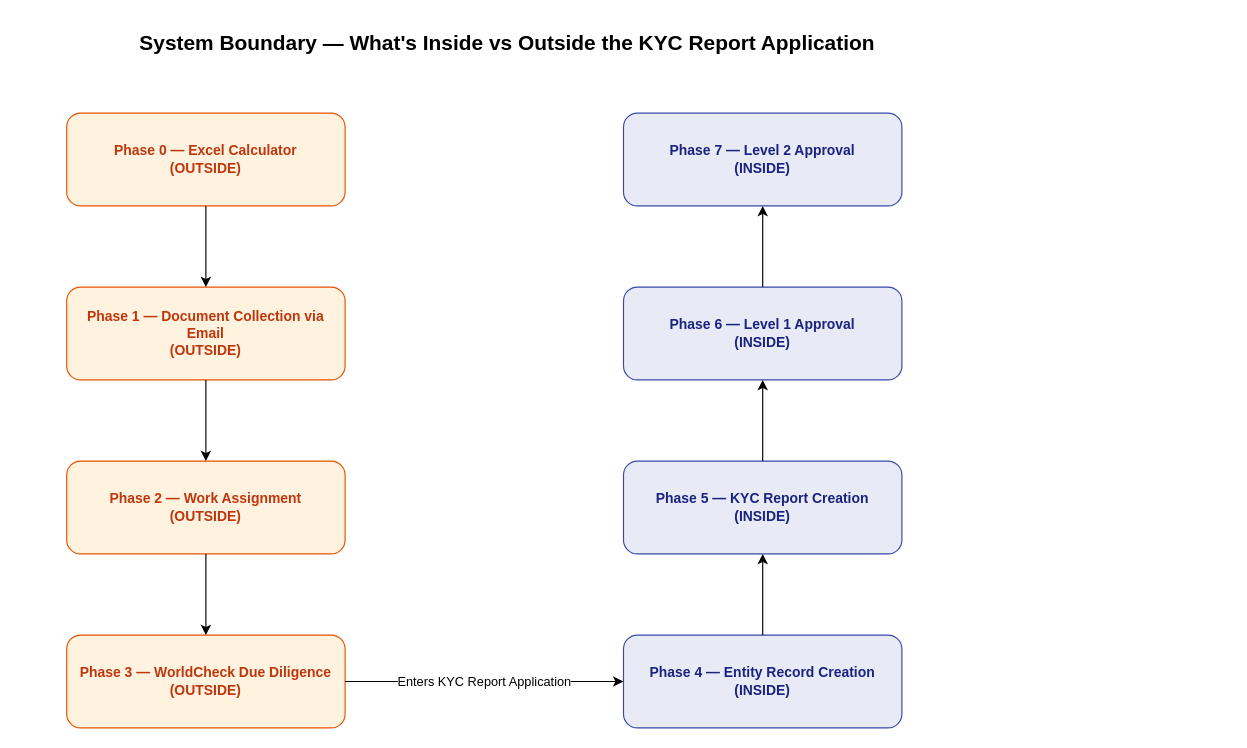
This is page "System Boundary" (1 of 8) of docs/diagrams/drawio/asis-process.drawio from mazharr-hussain/KycReport, a draw.io file, before an edit. Source tidied: cells renumbered, new cells numbered last; positions are measured from the earlier drawing's top-left corner, leaving out a move shared by most shapes. Both pictures are drawn from the tidied source at 116%, with x=0, y=0 at pixel (66, 20).
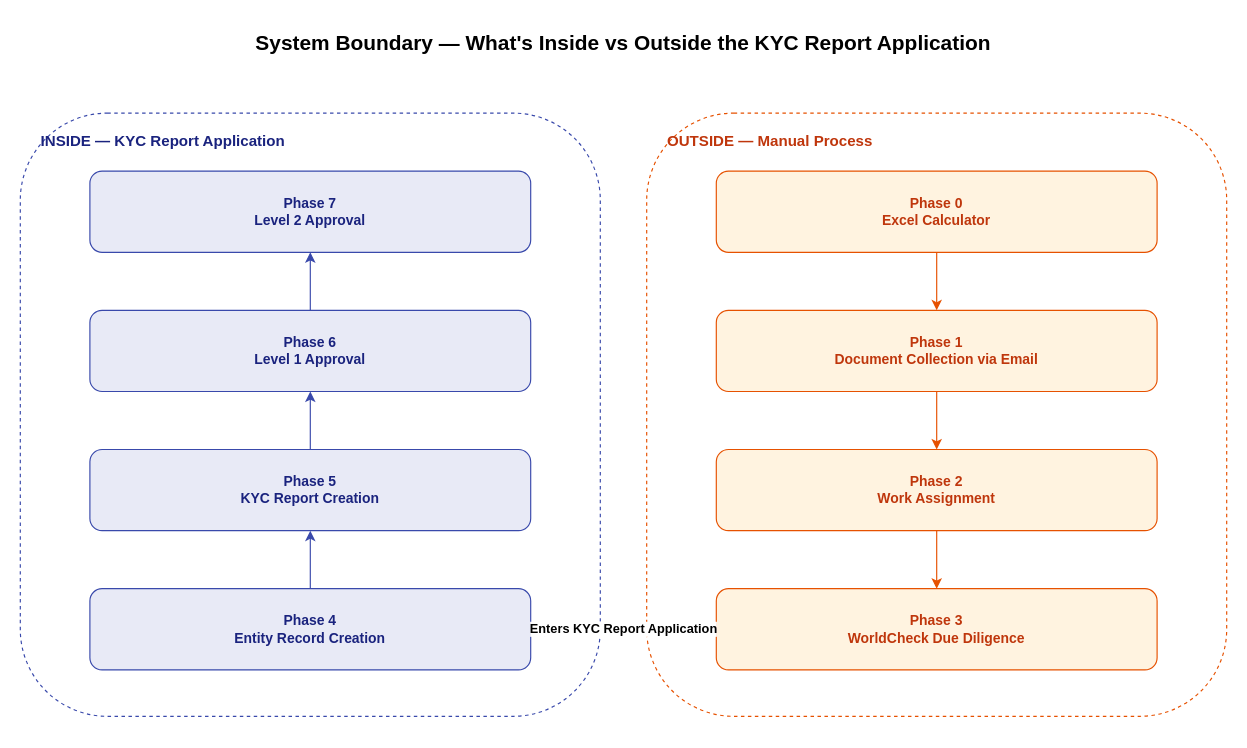
The same page after the edit.

Commit message:
Pilot: redesign System Boundary with landscape/swimlane/right-start layout

Change to the diagram source:
```diff
@@
 <mxGraphModel>
   <root>
     <mxCell id="0" />
     <mxCell id="1" parent="0" />
     <mxCell id="2" value="System Boundary — What's Inside vs Outside the KYC Report Application" style="text;html=1;strokeColor=none;fillColor=none;align=center;verticalAlign=middle;whiteSpace=wrap;rounded=0;fontSize=18;fontStyle=1;" parent="1" vertex="1">
-      <mxGeometry width="760" height="40" as="geometry" />
+      <mxGeometry x="80" width="800" height="40" as="geometry" />
     </mxCell>
+    <mxCell id="18" value="INSIDE — KYC Report Application" style="rounded=1;whiteSpace=wrap;html=1;fillColor=none;strokeColor=#3949AB;dashed=1;verticalAlign=top;align=left;spacingLeft=16;spacingTop=10;fontSize=13;fontStyle=1;fontColor=#1A237E;" parent="1" vertex="1">
+      <mxGeometry x="-40" y="80" width="500" height="520" as="geometry" />
+    </mxCell>
+    <mxCell id="19" value="OUTSIDE — Manual Process" style="rounded=1;whiteSpace=wrap;html=1;fillColor=none;strokeColor=#E65100;dashed=1;verticalAlign=top;align=left;spacingLeft=16;spacingTop=10;fontSize=13;fontStyle=1;fontColor=#BF360C;" parent="1" vertex="1">
+      <mxGeometry x="500" y="80" width="500" height="520" as="geometry" />
+    </mxCell>
-    <mxCell id="3" value="Phase 0 — Excel Calculator&#10;(OUTSIDE)" style="rect;whiteSpace=wrap;html=1;fillColor=#FFF3E0;strokeColor=#E65100;fontColor=#BF360C;fontSize=12;fontStyle=1;rounded=1;" parent="1" vertex="1">
-      <mxGeometry y="80" width="240" height="80" as="geometry" />
+    <mxCell id="3" value="Phase 0&#10;Excel Calculator" style="rect;whiteSpace=wrap;html=1;fillColor=#FFF3E0;strokeColor=#E65100;fontColor=#BF360C;fontSize=12;fontStyle=1;rounded=1;" parent="1" vertex="1">
+      <mxGeometry x="560" y="130" width="380" height="70" as="geometry" />
     </mxCell>
-    <mxCell id="4" value="Phase 1 — Document Collection via Email&#10;(OUTSIDE)" style="rect;whiteSpace=wrap;html=1;fillColor=#FFF3E0;strokeColor=#E65100;fontColor=#BF360C;fontSize=12;fontStyle=1;rounded=1;" parent="1" vertex="1">
-      <mxGeometry y="230" width="240" height="80" as="geometry" />
+    <mxCell id="4" value="Phase 1&#10;Document Collection via Email" style="rect;whiteSpace=wrap;html=1;fillColor=#FFF3E0;strokeColor=#E65100;fontColor=#BF360C;fontSize=12;fontStyle=1;rounded=1;" parent="1" vertex="1">
+      <mxGeometry x="560" y="250" width="380" height="70" as="geometry" />
     </mxCell>
-    <mxCell id="5" value="Phase 2 — Work Assignment&#10;(OUTSIDE)" style="rect;whiteSpace=wrap;html=1;fillColor=#FFF3E0;strokeColor=#E65100;fontColor=#BF360C;fontSize=12;fontStyle=1;rounded=1;" parent="1" vertex="1">
-      <mxGeometry y="380" width="240" height="80" as="geometry" />
+    <mxCell id="5" value="Phase 2&#10;Work Assignment" style="rect;whiteSpace=wrap;html=1;fillColor=#FFF3E0;strokeColor=#E65100;fontColor=#BF360C;fontSize=12;fontStyle=1;rounded=1;" parent="1" vertex="1">
+      <mxGeometry x="560" y="370" width="380" height="70" as="geometry" />
     </mxCell>
-    <mxCell id="6" value="Phase 3 — WorldCheck Due Diligence&#10;(OUTSIDE)" style="rect;whiteSpace=wrap;html=1;fillColor=#FFF3E0;strokeColor=#E65100;fontColor=#BF360C;fontSize=12;fontStyle=1;rounded=1;" parent="1" vertex="1">
-      <mxGeometry y="530" width="240" height="80" as="geometry" />
+    <mxCell id="6" value="Phase 3&#10;WorldCheck Due Diligence" style="rect;whiteSpace=wrap;html=1;fillColor=#FFF3E0;strokeColor=#E65100;fontColor=#BF360C;fontSize=12;fontStyle=1;rounded=1;" parent="1" vertex="1">
+      <mxGeometry x="560" y="490" width="380" height="70" as="geometry" />
     </mxCell>
-    <mxCell id="7" value="Phase 4 — Entity Record Creation&#10;(INSIDE)" style="rect;whiteSpace=wrap;html=1;fillColor=#E8EAF6;strokeColor=#3949AB;fontColor=#1A237E;fontSize=12;fontStyle=1;rounded=1;" parent="1" vertex="1">
-      <mxGeometry x="480" y="530" width="240" height="80" as="geometry" />
+    <mxCell id="7" value="Phase 4&#10;Entity Record Creation" style="rect;whiteSpace=wrap;html=1;fillColor=#E8EAF6;strokeColor=#3949AB;fontColor=#1A237E;fontSize=12;fontStyle=1;rounded=1;" parent="1" vertex="1">
+      <mxGeometry x="20" y="490" width="380" height="70" as="geometry" />
     </mxCell>
-    <mxCell id="8" value="Phase 5 — KYC Report Creation&#10;(INSIDE)" style="rect;whiteSpace=wrap;html=1;fillColor=#E8EAF6;strokeColor=#3949AB;fontColor=#1A237E;fontSize=12;fontStyle=1;rounded=1;" parent="1" vertex="1">
-      <mxGeometry x="480" y="380" width="240" height="80" as="geometry" />
+    <mxCell id="8" value="Phase 5&#10;KYC Report Creation" style="rect;whiteSpace=wrap;html=1;fillColor=#E8EAF6;strokeColor=#3949AB;fontColor=#1A237E;fontSize=12;fontStyle=1;rounded=1;" parent="1" vertex="1">
+      <mxGeometry x="20" y="370" width="380" height="70" as="geometry" />
     </mxCell>
-    <mxCell id="9" value="Phase 6 — Level 1 Approval&#10;(INSIDE)" style="rect;whiteSpace=wrap;html=1;fillColor=#E8EAF6;strokeColor=#3949AB;fontColor=#1A237E;fontSize=12;fontStyle=1;rounded=1;" parent="1" vertex="1">
-      <mxGeometry x="480" y="230" width="240" height="80" as="geometry" />
+    <mxCell id="9" value="Phase 6&#10;Level 1 Approval" style="rect;whiteSpace=wrap;html=1;fillColor=#E8EAF6;strokeColor=#3949AB;fontColor=#1A237E;fontSize=12;fontStyle=1;rounded=1;" parent="1" vertex="1">
+      <mxGeometry x="20" y="250" width="380" height="70" as="geometry" />
     </mxCell>
-    <mxCell id="10" value="Phase 7 — Level 2 Approval&#10;(INSIDE)" style="rect;whiteSpace=wrap;html=1;fillColor=#E8EAF6;strokeColor=#3949AB;fontColor=#1A237E;fontSize=12;fontStyle=1;rounded=1;" parent="1" vertex="1">
-      <mxGeometry x="480" y="80" width="240" height="80" as="geometry" />
+    <mxCell id="10" value="Phase 7&#10;Level 2 Approval" style="rect;whiteSpace=wrap;html=1;fillColor=#E8EAF6;strokeColor=#3949AB;fontColor=#1A237E;fontSize=12;fontStyle=1;rounded=1;" parent="1" vertex="1">
+      <mxGeometry x="20" y="130" width="380" height="70" as="geometry" />
     </mxCell>
-    <mxCell id="11" style="edgeStyle=orthogonalEdgeStyle;rounded=0;html=1;fontSize=11;exitX=0.5;exitY=1;entryX=0.5;entryY=0;" parent="1" edge="1" source="3" target="4">
+    <mxCell id="11" style="edgeStyle=orthogonalEdgeStyle;rounded=0;html=1;fontSize=11;exitX=0.5;exitY=1;entryX=0.5;entryY=0;strokeColor=#E65100;" parent="1" edge="1" source="3" target="4">
       <mxGeometry relative="1" as="geometry" />
     </mxCell>
-    <mxCell id="12" style="edgeStyle=orthogonalEdgeStyle;rounded=0;html=1;fontSize=11;exitX=0.5;exitY=1;entryX=0.5;entryY=0;" parent="1" edge="1" source="4" target="5">
+    <mxCell id="12" style="edgeStyle=orthogonalEdgeStyle;rounded=0;html=1;fontSize=11;exitX=0.5;exitY=1;entryX=0.5;entryY=0;strokeColor=#E65100;" parent="1" edge="1" source="4" target="5">
       <mxGeometry relative="1" as="geometry" />
     </mxCell>
-    <mxCell id="13" style="edgeStyle=orthogonalEdgeStyle;rounded=0;html=1;fontSize=11;exitX=0.5;exitY=1;entryX=0.5;entryY=0;" parent="1" edge="1" source="5" target="6">
+    <mxCell id="13" style="edgeStyle=orthogonalEdgeStyle;rounded=0;html=1;fontSize=11;exitX=0.5;exitY=1;entryX=0.5;entryY=0;strokeColor=#E65100;" parent="1" edge="1" source="5" target="6">
       <mxGeometry relative="1" as="geometry" />
     </mxCell>
-    <mxCell id="14" value="Enters KYC Report Application" style="edgeStyle=orthogonalEdgeStyle;rounded=0;html=1;fontSize=11;exitX=1;exitY=0.5;entryX=0;entryY=0.5;" parent="1" edge="1" source="6" target="7">
+    <mxCell id="14" value="Enters KYC Report Application" style="edgeStyle=orthogonalEdgeStyle;rounded=0;html=1;fontSize=11;fontStyle=1;exitX=0;exitY=0.5;entryX=1;entryY=0.5;strokeColor=#3949AB;strokeWidth=2;" parent="1" edge="1" source="6" target="7">
       <mxGeometry relative="1" as="geometry" />
     </mxCell>
-    <mxCell id="15" style="edgeStyle=orthogonalEdgeStyle;rounded=0;html=1;fontSize=11;exitX=0.5;exitY=0;entryX=0.5;entryY=1;" parent="1" edge="1" source="7" target="8">
+    <mxCell id="15" style="edgeStyle=orthogonalEdgeStyle;rounded=0;html=1;fontSize=11;exitX=0.5;exitY=0;entryX=0.5;entryY=1;strokeColor=#3949AB;" parent="1" edge="1" source="7" target="8">
       <mxGeometry relative="1" as="geometry" />
     </mxCell>
-    <mxCell id="16" style="edgeStyle=orthogonalEdgeStyle;rounded=0;html=1;fontSize=11;exitX=0.5;exitY=0;entryX=0.5;entryY=1;" parent="1" edge="1" source="8" target="9">
+    <mxCell id="16" style="edgeStyle=orthogonalEdgeStyle;rounded=0;html=1;fontSize=11;exitX=0.5;exitY=0;entryX=0.5;entryY=1;strokeColor=#3949AB;" parent="1" edge="1" source="8" target="9">
       <mxGeometry relative="1" as="geometry" />
     </mxCell>
-    <mxCell id="17" style="edgeStyle=orthogonalEdgeStyle;rounded=0;html=1;fontSize=11;exitX=0.5;exitY=0;entryX=0.5;entryY=1;" parent="1" edge="1" source="9" target="10">
+    <mxCell id="17" style="edgeStyle=orthogonalEdgeStyle;rounded=0;html=1;fontSize=11;exitX=0.5;exitY=0;entryX=0.5;entryY=1;strokeColor=#3949AB;" parent="1" edge="1" source="9" target="10">
       <mxGeometry relative="1" as="geometry" />
     </mxCell>
   </root>
 </mxGraphModel>
```
